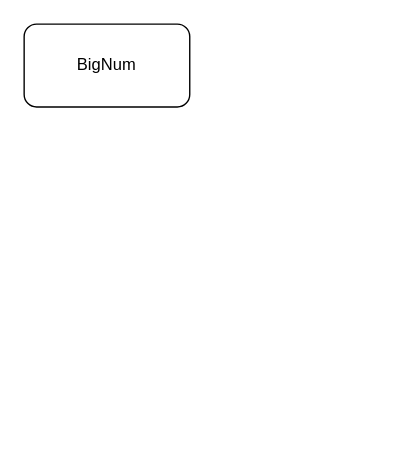
Above: calculator.drawio in Aersuy/Aersuy.github.io (draw.io), before the change. Source tidied: cells renumbered, new cells numbered last; positions are measured from the earlier drawing's top-left corner, leaving out a move shared by most shapes. Both pictures are drawn from the tidied source at 138%, with x=0, y=0 at pixel (23, 23).
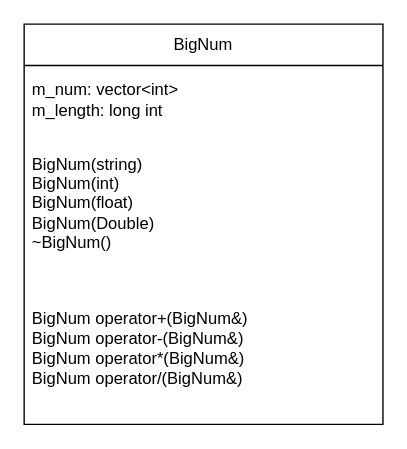
The same page after the edit.

Commit message:
BigNum class basin

Diff of the diagram source:
```diff
@@
 <mxGraphModel>
   <root>
     <mxCell id="0" />
     <mxCell id="1" parent="0" />
-    <mxCell id="2" value="BigNum" style="rounded=1;whiteSpace=wrap;html=1;" parent="1" vertex="1">
-      <mxGeometry width="120" height="60" as="geometry" />
+    <mxCell id="2" value="BigNum" style="swimlane;fontStyle=0;horizontal=1;startSize=30;whiteSpace=wrap;html=1;" parent="1" vertex="1">
+      <mxGeometry width="260" height="290" as="geometry" />
     </mxCell>
+    <mxCell id="3" value="&lt;div&gt;m_num: vector&amp;lt;int&amp;gt;&lt;/div&gt;&lt;div&gt;m_length: long int&lt;br&gt;&lt;/div&gt;" style="text;strokeColor=none;fillColor=none;align=left;verticalAlign=middle;spacingLeft=4;spacingRight=4;overflow=hidden;whiteSpace=wrap;html=1;" parent="2" vertex="1">
+      <mxGeometry y="30" width="260" height="50" as="geometry" />
+    </mxCell>
+    <mxCell id="4" value="&lt;div&gt;BigNum(string)&lt;/div&gt;&lt;div&gt;BigNum(int)&lt;/div&gt;&lt;div&gt;BigNum(float)&lt;/div&gt;&lt;div&gt;BigNum(Double)&lt;/div&gt;&lt;div&gt;~BigNum()&lt;br&gt;&lt;/div&gt;" style="text;strokeColor=none;fillColor=none;align=left;verticalAlign=middle;spacingLeft=4;spacingRight=4;overflow=hidden;whiteSpace=wrap;html=1;" parent="2" vertex="1">
+      <mxGeometry y="80" width="260" height="100" as="geometry" />
+    </mxCell>
+    <mxCell id="5" value="&lt;div&gt;BigNum operator+(BigNum&amp;amp;)&lt;br&gt;&lt;/div&gt;&lt;div&gt;BigNum operator-(BigNum&amp;amp;)&lt;/div&gt;&lt;div&gt;BigNum operator*(BigNum&amp;amp;)&lt;/div&gt;&lt;div&gt;BigNum operator/(BigNum&amp;amp;)&lt;br&gt;&lt;/div&gt;" style="text;strokeColor=none;fillColor=none;align=left;verticalAlign=middle;spacingLeft=4;spacingRight=4;overflow=hidden;whiteSpace=wrap;html=1;" parent="2" vertex="1">
+      <mxGeometry y="180" width="260" height="110" as="geometry" />
+    </mxCell>
   </root>
 </mxGraphModel>
```
